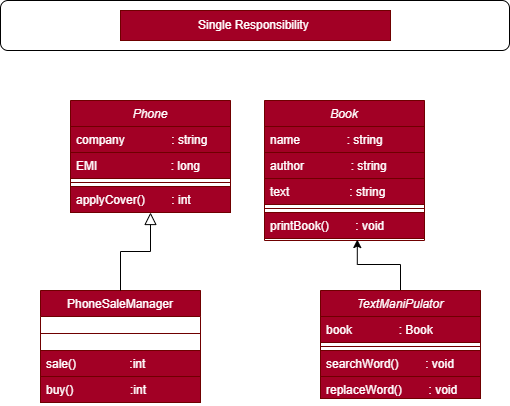
Above: Untitled Diagram.drawio.png in RADI-SE/2.Compose-article (draw.io), before the change. Source tidied: cells renumbered, new cells last; positions are measured from the earlier drawing's top-left corner, leaving out a move shared by most shapes.
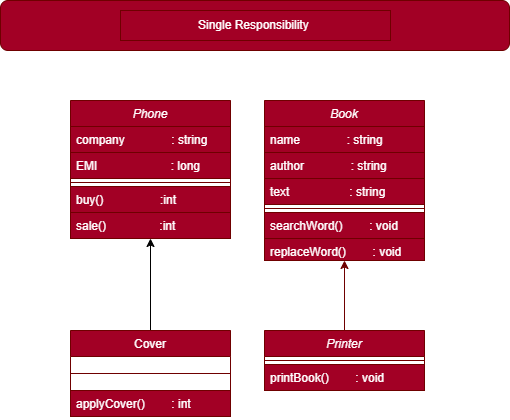
The same diagram one commit later.

The edit, as a diff of the source:
```diff
@@ -3,7 +3,7 @@
     <mxCell id="0" />
     <mxCell id="1" parent="0" />
     <mxCell id="2" value="Phone" style="swimlane;fontStyle=2;align=center;verticalAlign=top;horizontal=1;startSize=26;rounded=0;shadow=0;strokeWidth=1;fillColor=#a20025;fontColor=#ffffff;strokeColor=#6F0000;" parent="1" vertex="1">
-      <mxGeometry x="70" y="100" width="160" height="112" as="geometry" />
+      <mxGeometry x="70" y="100" width="160" height="138" as="geometry" />
     </mxCell>
     <mxCell id="3" value="company              : string" style="text;align=left;verticalAlign=top;spacingLeft=4;spacingRight=4;overflow=hidden;fillColor=#a20025;fontColor=#ffffff;strokeColor=#6F0000;" parent="2" vertex="1">
       <mxGeometry y="26" width="160" height="26" as="geometry" />
@@ -14,26 +14,29 @@
     <mxCell id="5" style="line;html=1;strokeWidth=1;align=left;verticalAlign=middle;spacingTop=-1;spacingLeft=3;spacingRight=3;labelPosition=right;fillColor=#a20025;fontColor=#ffffff;strokeColor=#6F0000;" parent="2" vertex="1">
       <mxGeometry y="78" width="160" height="8" as="geometry" />
     </mxCell>
-    <mxCell id="6" value="applyCover()        : int" style="text;align=left;verticalAlign=top;spacingLeft=4;spacingRight=4;overflow=hidden;fillColor=#a20025;fontColor=#ffffff;strokeColor=#6F0000;" parent="2" vertex="1">
-      <mxGeometry y="86" width="160" height="26" as="geometry" />
-    </mxCell>
+    <mxCell id="10" value="buy()                 :int" style="text;align=left;verticalAlign=top;spacingLeft=4;spacingRight=4;overflow=hidden;fillColor=#a20025;fontColor=#ffffff;strokeColor=#6F0000;" parent="2" vertex="1">
+      <mxGeometry y="86" width="160" height="26" as="geometry" />
+    </mxCell>
+    <mxCell id="11" style="endArrow=block;endSize=10;endFill=0;shadow=0;strokeWidth=1;rounded=0;edgeStyle=elbowEdgeStyle;elbow=vertical;fillColor=#a20025;strokeColor=#6F0000;" parent="2" edge="1" source="9" target="2">
+      <mxGeometry relative="1" as="geometry" />
+    </mxCell>
+    <mxCell id="9" value="sale()                :int" style="text;align=left;verticalAlign=top;spacingLeft=4;spacingRight=4;overflow=hidden;points=[[0,0.5],[1,0.5]];portConstraint=eastwest;fillColor=#a20025;fontColor=#ffffff;strokeColor=#6F0000;" parent="2" vertex="1">
+      <mxGeometry y="112" width="160" height="26" as="geometry" />
+    </mxCell>
+    <mxCell id="26" style="edgeStyle=orthogonalEdgeStyle;rounded=0;jettySize=auto;html=1;entryX=0.5;entryY=1;entryDx=0;entryDy=0;" parent="1" edge="1" source="7" target="2">
+      <mxGeometry relative="1" as="geometry" />
+    </mxCell>
-    <mxCell id="7" value="PhoneSaleManager" style="swimlane;fontStyle=0;align=center;verticalAlign=top;horizontal=1;startSize=26;rounded=0;shadow=0;strokeWidth=1;fillColor=#a20025;fontColor=#ffffff;strokeColor=#6F0000;" parent="1" vertex="1">
-      <mxGeometry x="40" y="290" width="160" height="112" as="geometry" />
+    <mxCell id="7" value="Cover" style="swimlane;fontStyle=0;align=center;verticalAlign=top;horizontal=1;startSize=26;rounded=0;shadow=0;strokeWidth=1;fillColor=#a20025;fontColor=#ffffff;strokeColor=#6F0000;" parent="1" vertex="1">
+      <mxGeometry x="70" y="330" width="160" height="86" as="geometry" />
     </mxCell>
     <mxCell id="8" style="line;html=1;strokeWidth=1;align=left;verticalAlign=middle;spacingTop=-1;spacingLeft=3;spacingRight=3;labelPosition=right;fillColor=#a20025;fontColor=#ffffff;strokeColor=#6F0000;" parent="7" vertex="1">
       <mxGeometry y="26" width="160" height="34" as="geometry" />
     </mxCell>
-    <mxCell id="9" value="sale()                :int" style="text;align=left;verticalAlign=top;spacingLeft=4;spacingRight=4;overflow=hidden;points=[[0,0.5],[1,0.5]];portConstraint=eastwest;fillColor=#a20025;fontColor=#ffffff;strokeColor=#6F0000;" parent="7" vertex="1">
-      <mxGeometry y="60" width="160" height="26" as="geometry" />
-    </mxCell>
-    <mxCell id="10" value="buy()                 :int" style="text;align=left;verticalAlign=top;spacingLeft=4;spacingRight=4;overflow=hidden;fillColor=#a20025;fontColor=#ffffff;strokeColor=#6F0000;" parent="7" vertex="1">
-      <mxGeometry y="86" width="160" height="26" as="geometry" />
-    </mxCell>
-    <mxCell id="11" style="endArrow=block;endSize=10;endFill=0;shadow=0;strokeWidth=1;rounded=0;edgeStyle=elbowEdgeStyle;elbow=vertical;" parent="1" edge="1" source="7" target="2">
-      <mxGeometry relative="1" as="geometry" />
-    </mxCell>
+    <mxCell id="6" value="applyCover()        : int" style="text;align=left;verticalAlign=top;spacingLeft=4;spacingRight=4;overflow=hidden;fillColor=#a20025;fontColor=#ffffff;strokeColor=#6F0000;" parent="7" vertex="1">
+      <mxGeometry y="60" width="160" height="26" as="geometry" />
+    </mxCell>
     <mxCell id="12" value="Book" style="swimlane;fontStyle=2;align=center;verticalAlign=top;horizontal=1;startSize=26;rounded=0;shadow=0;strokeWidth=1;fillColor=#a20025;fontColor=#ffffff;strokeColor=#6F0000;" parent="1" vertex="1">
-      <mxGeometry x="264" y="100" width="160" height="140" as="geometry" />
+      <mxGeometry x="264" y="100" width="160" height="160" as="geometry" />
     </mxCell>
     <mxCell id="13" value="name              : string" style="text;align=left;verticalAlign=top;spacingLeft=4;spacingRight=4;overflow=hidden;fillColor=#a20025;fontColor=#ffffff;strokeColor=#6F0000;" parent="12" vertex="1">
       <mxGeometry y="26" width="160" height="26" as="geometry" />
@@ -47,28 +50,25 @@
     <mxCell id="16" style="line;html=1;strokeWidth=1;align=left;verticalAlign=middle;spacingTop=-1;spacingLeft=3;spacingRight=3;labelPosition=right;fillColor=#a20025;fontColor=#ffffff;strokeColor=#6F0000;" parent="12" vertex="1">
       <mxGeometry y="104" width="160" height="8" as="geometry" />
     </mxCell>
-    <mxCell id="17" value="printBook()        : void" style="text;align=left;verticalAlign=top;spacingLeft=4;spacingRight=4;overflow=hidden;points=[[0,0.5],[1,0.5]];portConstraint=eastwest;fillColor=#a20025;fontColor=#ffffff;strokeColor=#6F0000;" parent="12" vertex="1">
-      <mxGeometry y="112" width="160" height="26" as="geometry" />
-    </mxCell>
-    <mxCell id="18" style="edgeStyle=orthogonalEdgeStyle;rounded=0;jettySize=auto;html=1;entryX=0.58;entryY=1.04;entryDx=0;entryDy=0;entryPerimeter=0;" parent="1" edge="1" source="19" target="17">
-      <mxGeometry relative="1" as="geometry" />
-    </mxCell>
-    <mxCell id="19" value="TextManiPulator" style="swimlane;fontStyle=2;align=center;verticalAlign=top;horizontal=1;startSize=26;rounded=0;shadow=0;strokeWidth=1;fillColor=#a20025;fontColor=#ffffff;strokeColor=#6F0000;" parent="1" vertex="1">
-      <mxGeometry x="320" y="290" width="160" height="108" as="geometry" />
-    </mxCell>
-    <mxCell id="20" value="book              : Book" style="text;align=left;verticalAlign=top;spacingLeft=4;spacingRight=4;overflow=hidden;fillColor=#a20025;fontColor=#ffffff;strokeColor=#6F0000;" parent="19" vertex="1">
-      <mxGeometry y="26" width="160" height="26" as="geometry" />
-    </mxCell>
-    <mxCell id="21" style="line;html=1;strokeWidth=1;align=left;verticalAlign=middle;spacingTop=-1;spacingLeft=3;spacingRight=3;labelPosition=right;fillColor=#a20025;fontColor=#ffffff;strokeColor=#6F0000;" parent="19" vertex="1">
-      <mxGeometry y="52" width="160" height="8" as="geometry" />
-    </mxCell>
-    <mxCell id="22" value="searchWord()        : void" style="text;align=left;verticalAlign=top;spacingLeft=4;spacingRight=4;overflow=hidden;fillColor=#a20025;fontColor=#ffffff;strokeColor=#6F0000;" parent="19" vertex="1">
-      <mxGeometry y="60" width="160" height="26" as="geometry" />
+    <mxCell id="22" value="searchWord()        : void" style="text;align=left;verticalAlign=top;spacingLeft=4;spacingRight=4;overflow=hidden;fillColor=#a20025;fontColor=#ffffff;strokeColor=#6F0000;" parent="12" vertex="1">
+      <mxGeometry y="112" width="160" height="26" as="geometry" />
     </mxCell>
-    <mxCell id="23" value="replaceWord()        : void" style="text;align=left;verticalAlign=top;spacingLeft=4;spacingRight=4;overflow=hidden;fillColor=#a20025;fontColor=#ffffff;strokeColor=#6F0000;" parent="19" vertex="1">
-      <mxGeometry y="86" width="160" height="22" as="geometry" />
+    <mxCell id="23" value="replaceWord()        : void" style="text;align=left;verticalAlign=top;spacingLeft=4;spacingRight=4;overflow=hidden;fillColor=#a20025;fontColor=#ffffff;strokeColor=#6F0000;" parent="12" vertex="1">
+      <mxGeometry y="138" width="160" height="22" as="geometry" />
     </mxCell>
+    <mxCell id="27" style="edgeStyle=orthogonalEdgeStyle;rounded=0;jettySize=auto;html=1;entryX=0.5;entryY=1;entryDx=0;entryDy=0;fillColor=#a20025;strokeColor=#6F0000;" parent="1" edge="1" source="19" target="12">
+      <mxGeometry relative="1" as="geometry" />
+    </mxCell>
+    <mxCell id="19" value="Printer" style="swimlane;fontStyle=2;align=center;verticalAlign=top;horizontal=1;startSize=26;rounded=0;shadow=0;strokeWidth=1;fillColor=#a20025;fontColor=#ffffff;strokeColor=#6F0000;" parent="1" vertex="1">
+      <mxGeometry x="264" y="330" width="160" height="60" as="geometry" />
+    </mxCell>
+    <mxCell id="21" style="line;html=1;strokeWidth=1;align=left;verticalAlign=middle;spacingTop=-1;spacingLeft=3;spacingRight=3;labelPosition=right;fillColor=#a20025;fontColor=#ffffff;strokeColor=#6F0000;" parent="19" vertex="1">
+      <mxGeometry y="26" width="160" height="8" as="geometry" />
+    </mxCell>
+    <mxCell id="17" value="printBook()        : void" style="text;align=left;verticalAlign=top;spacingLeft=4;spacingRight=4;overflow=hidden;points=[[0,0.5],[1,0.5]];portConstraint=eastwest;fillColor=#a20025;fontColor=#ffffff;strokeColor=#6F0000;" parent="19" vertex="1">
+      <mxGeometry y="34" width="160" height="26" as="geometry" />
+    </mxCell>
-    <mxCell id="24" style="rounded=1;whiteSpace=wrap;html=1;" parent="1" vertex="1">
+    <mxCell id="24" style="rounded=1;whiteSpace=wrap;html=1;fillColor=#a20025;fontColor=#ffffff;strokeColor=#6F0000;" parent="1" vertex="1">
       <mxGeometry width="509" height="50" as="geometry" />
     </mxCell>
     <mxCell id="25" value="Single Responsibility&amp;nbsp;" style="text;html=1;strokeColor=#6F0000;fillColor=#a20025;align=center;verticalAlign=middle;whiteSpace=wrap;rounded=0;fontColor=#ffffff;" parent="1" vertex="1">
```
